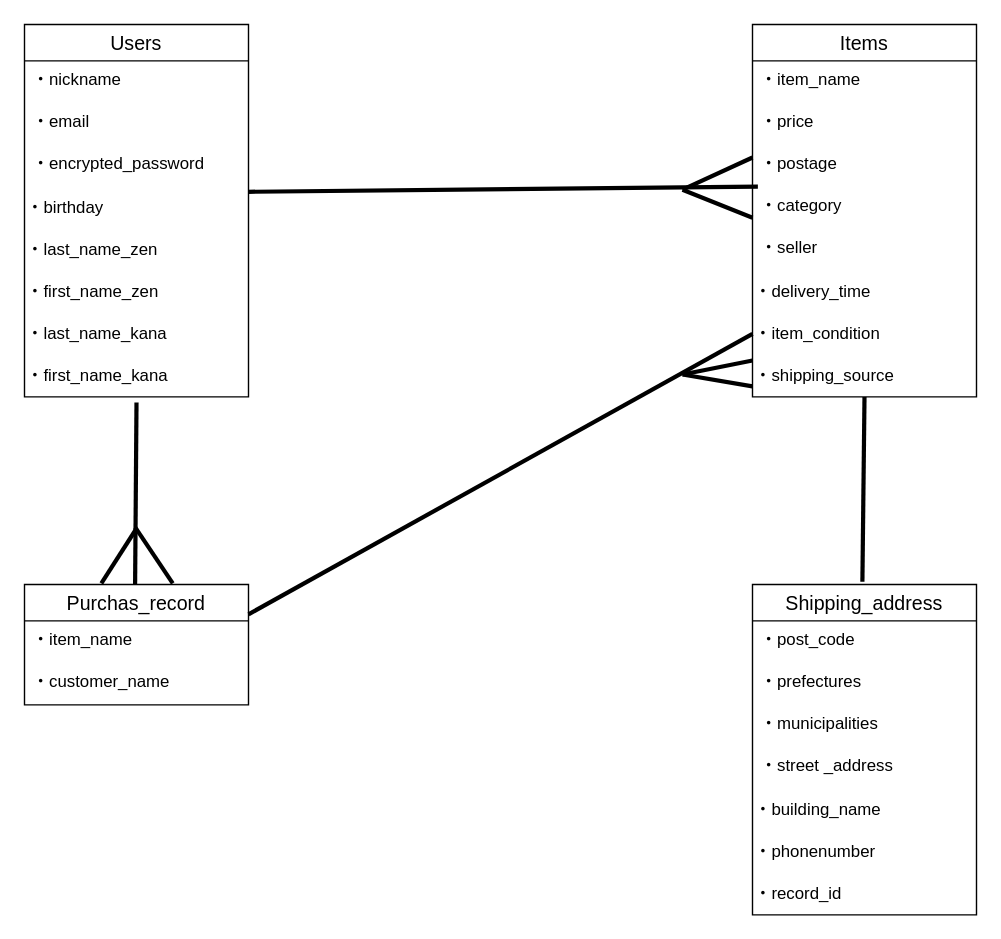
Ryo390/furima-40148 keeps this draw.io diagram as furima-40418.dio. Above is the earlier version. Source tidied: cells renumbered, new cells numbered last; positions are measured from the earlier drawing's top-left corner, leaving out a move shared by most shapes. Both pictures are drawn from the tidied source at 140%, with x=0, y=0 at pixel (24, 24).
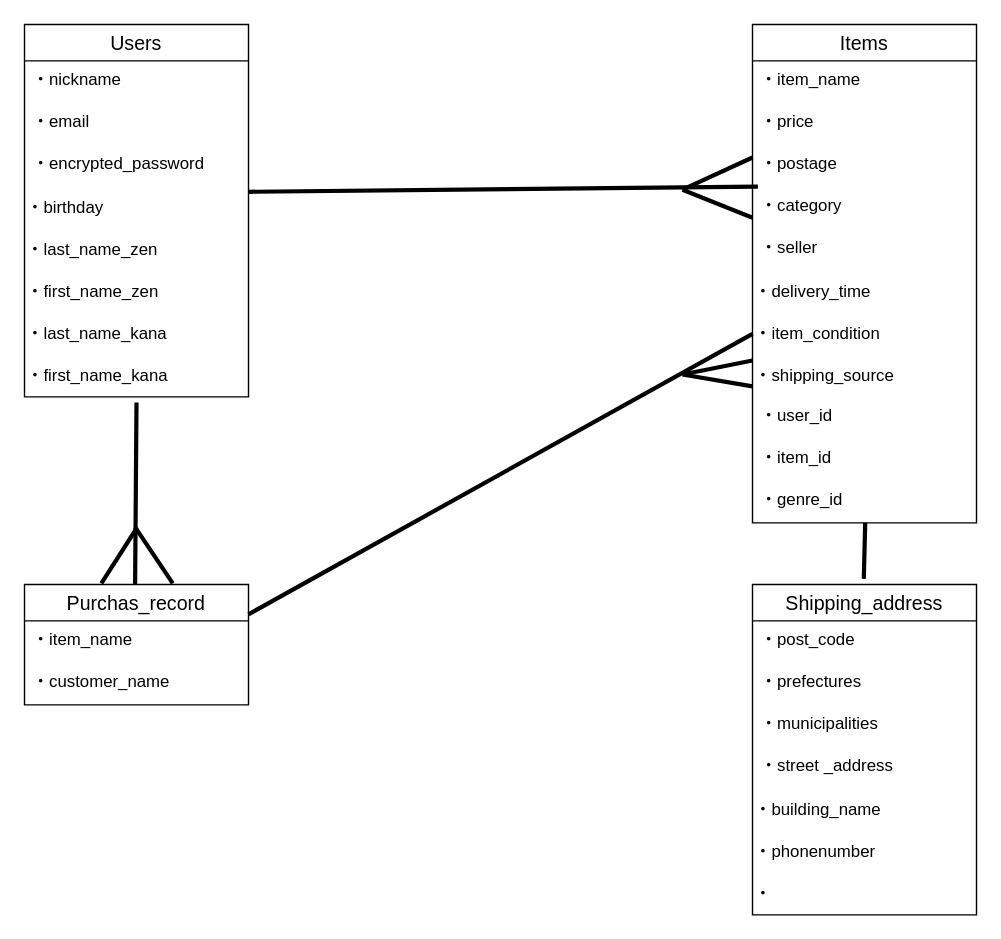
Above is the later version.

Commit message (it also covers changes not shown here):
ER図・README訂正２

The change refers to these unchanged cells:
```xml
<mxCell id="22" value="・shipping_source" style="text;html=1;strokeColor=none;fillColor=none;align=left;verticalAlign=middle;whiteSpace=wrap;rounded=0;" parent="14" vertex="1">
  <mxGeometry y="236" width="160" height="30" as="geometry" />
</mxCell>
<mxCell id="23" value="Shipping_address" style="swimlane;fontStyle=0;horizontal=1;startSize=26;align=center;fontSize=14;" parent="1" vertex="1">
  <mxGeometry x="520" y="400" width="160" height="236" as="geometry" />
</mxCell>
```

Diff of the diagram source:
```diff
@@
     <mxCell id="14" value="Items" style="swimlane;fontStyle=0;horizontal=1;startSize=26;align=center;fontSize=14;" parent="1" vertex="1">
-      <mxGeometry x="520" width="160" height="266" as="geometry" />
+      <mxGeometry x="520" width="160" height="356" as="geometry" />
     </mxCell>
@@
+    <mxCell id="47" value="・user_id&#10;" style="text;strokeColor=none;fillColor=none;spacingLeft=4;spacingRight=4;overflow=hidden;fontSize=12;" parent="14" vertex="1">
+      <mxGeometry y="266" width="160" height="30" as="geometry" />
+    </mxCell>
+    <mxCell id="48" value="・item_id" style="text;strokeColor=none;fillColor=none;spacingLeft=4;spacingRight=4;overflow=hidden;fontSize=12;" parent="14" vertex="1">
+      <mxGeometry y="296" width="160" height="30" as="geometry" />
+    </mxCell>
+    <mxCell id="49" value="・genre_id" style="text;strokeColor=none;fillColor=none;spacingLeft=4;spacingRight=4;overflow=hidden;fontSize=12;" parent="14" vertex="1">
+      <mxGeometry y="326" width="160" height="30" as="geometry" />
+    </mxCell>
@@
-    <mxCell id="30" value="・record_id" style="text;html=1;strokeColor=none;fillColor=none;align=left;verticalAlign=middle;whiteSpace=wrap;rounded=0;" parent="23" vertex="1">
+    <mxCell id="30" value="・" style="text;html=1;strokeColor=none;fillColor=none;align=left;verticalAlign=middle;whiteSpace=wrap;rounded=0;" parent="23" vertex="1">
       <mxGeometry y="206" width="160" height="30" as="geometry" />
     </mxCell>
@@
-    <mxCell id="42" style="endArrow=none;html=1;rounded=0;strokeColor=default;strokeWidth=3;entryX=0.5;entryY=1;entryDx=0;entryDy=0;" parent="1" edge="1" target="22">
-      <mxGeometry relative="1" as="geometry">
-        <mxPoint x="598.5" y="398" as="sourcePoint" />
-      </mxGeometry>
-    </mxCell>
@@
+    <mxCell id="50" style="endArrow=none;html=1;rounded=0;strokeColor=default;strokeWidth=3;" parent="1" edge="1">
+      <mxGeometry relative="1" as="geometry">
+        <mxPoint x="599.5" y="396" as="sourcePoint" />
+        <mxPoint x="600.5" y="356" as="targetPoint" />
+      </mxGeometry>
+    </mxCell>
```
